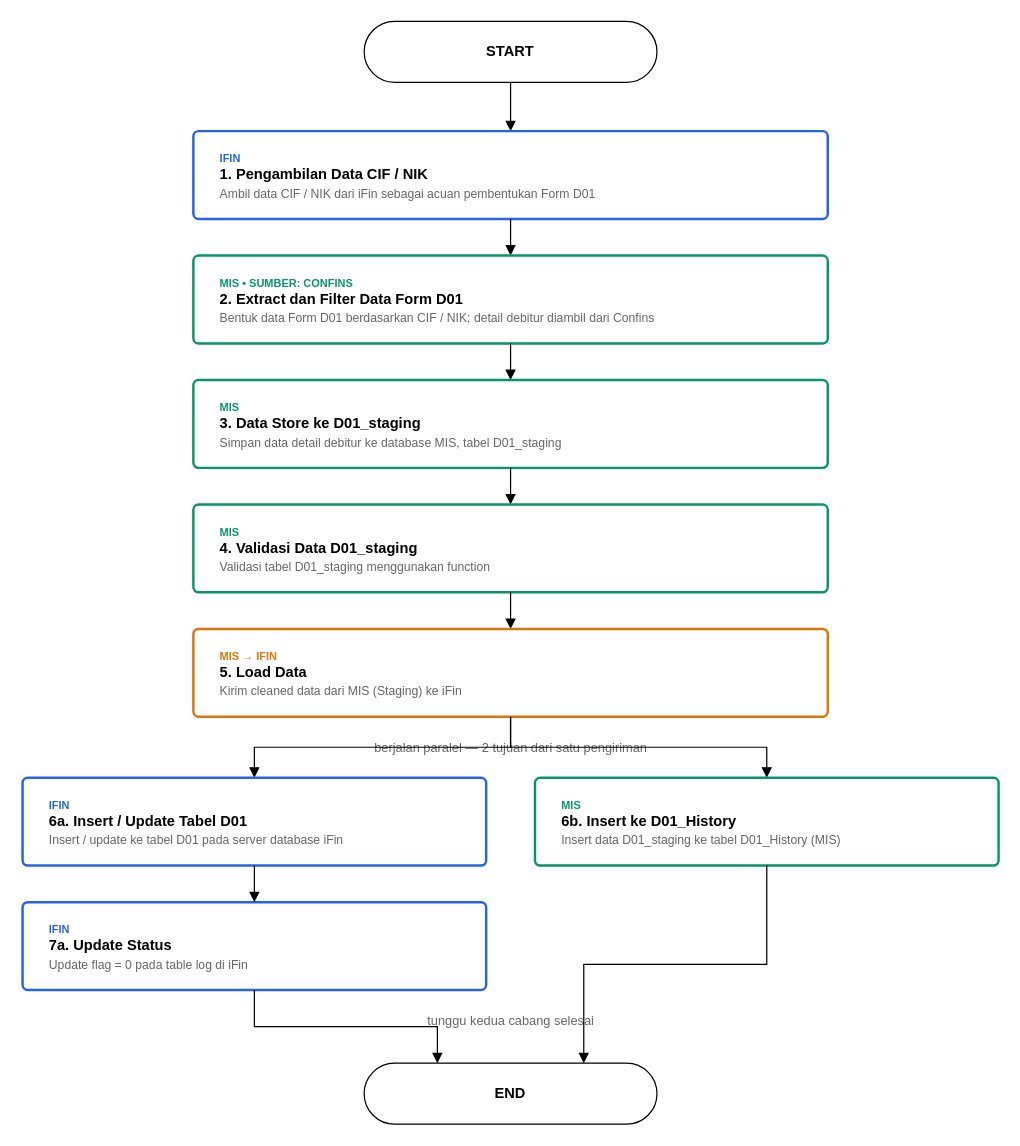
The draw.io diagram diagrams/slik-d01-business-flow.drawio in mcellina/flow_process_1, before the edit. Source tidied: cells renumbered, new cells numbered last; positions are measured from the earlier drawing's top-left corner, leaving out a move shared by most shapes. Both pictures are drawn from the tidied source at 122%, with x=0, y=0 at pixel (22, 21).
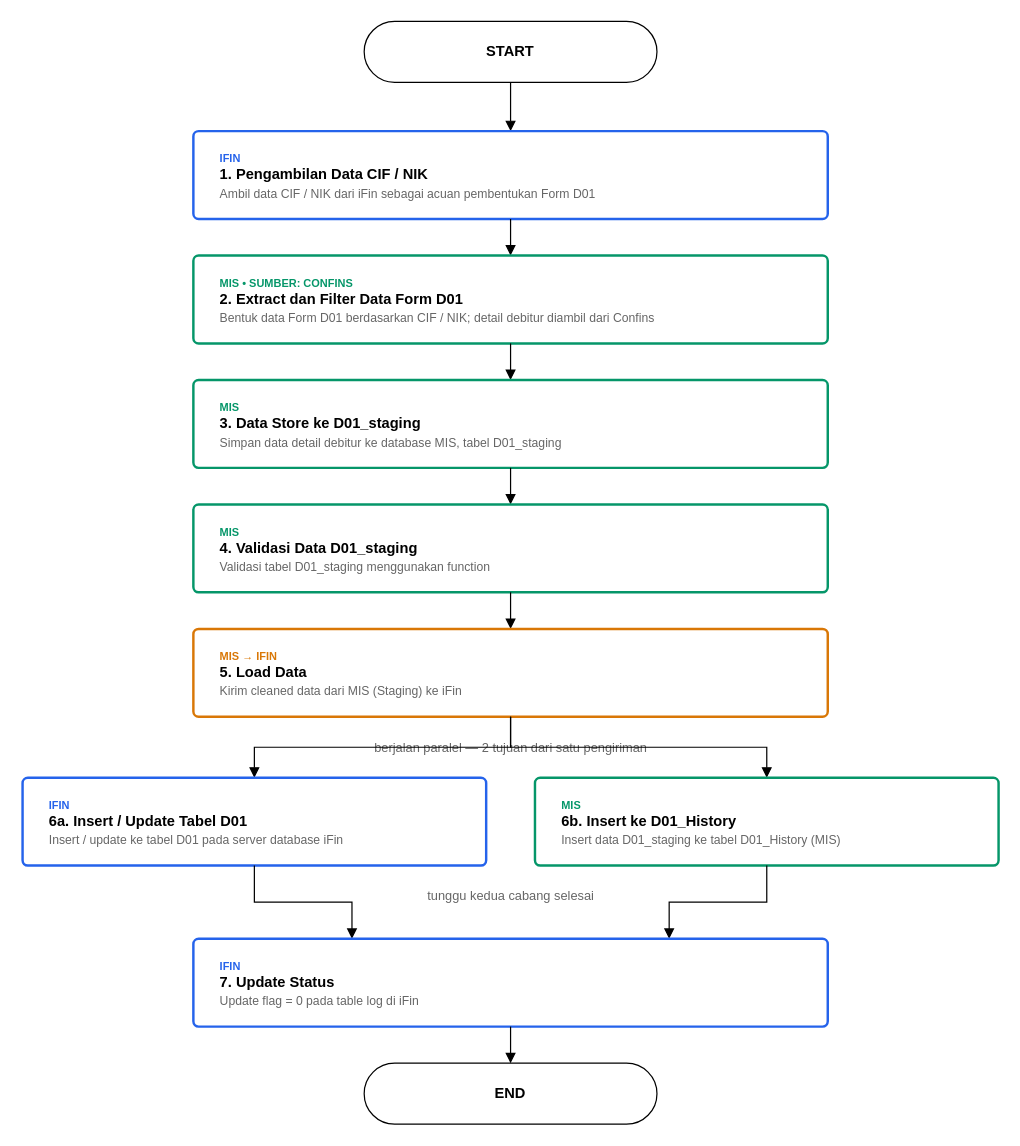
Above is the later version.

Commit message (it also covers changes not shown here):
Move Update Status out of the parallel fork, run only after both branches finish

Update Status was incorrectly placed inside the iFin branch (7a), running
in parallel with the MIS history insert. Per feedback, it should wait for
both the D01 insert/update AND the history insert to complete first.
Fork now has only 6a (Insert/Update Tabel D01) and 6b (Insert ke
D01_History), converging into a single step 7 (Update Status) before END.

Unchanged cells that the change refers to:
```xml
<mxCell id="16" value="&lt;font style='font-size:9px;color:#2563EB'&gt;&lt;b&gt;IFIN&lt;/b&gt;&lt;/font&gt;&lt;br&gt;&lt;b&gt;6a. Insert / Update Tabel D01&lt;/b&gt;&lt;br&gt;&lt;font style='font-size:10px;color:#666666'&gt;Insert / update ke tabel D01 pada server database iFin&lt;/font&gt;" style="rounded=1;arcSize=6;whiteSpace=wrap;html=1;align=left;verticalAlign=middle;spacing=8;spacingLeft=14;strokeColor=#2563EB;strokeWidth=2;" parent="1" vertex="1">
  <mxGeometry y="620" width="380" height="72" as="geometry" />
</mxCell>
<mxCell id="19" value="&lt;font style='font-size:9px;color:#059669'&gt;&lt;b&gt;MIS&lt;/b&gt;&lt;/font&gt;&lt;br&gt;&lt;b&gt;6b. Insert ke D01_History&lt;/b&gt;&lt;br&gt;&lt;font style='font-size:10px;color:#666666'&gt;Insert data D01_staging ke tabel D01_History (MIS)&lt;/font&gt;" style="rounded=1;arcSize=6;whiteSpace=wrap;html=1;align=left;verticalAlign=middle;spacing=8;spacingLeft=14;strokeColor=#059669;strokeWidth=2;" parent="1" vertex="1">
  <mxGeometry x="420" y="620" width="380" height="72" as="geometry" />
</mxCell>
<mxCell id="21" value="END" style="rounded=1;arcSize=50;whiteSpace=wrap;html=1;fontStyle=1;" parent="1" vertex="1">
  <mxGeometry x="280" y="854" width="240" height="50" as="geometry" />
</mxCell>
```

Diff of the diagram source:
```diff
@@
-    <mxCell id="17" value="&lt;font style='font-size:9px;color:#2563EB'&gt;&lt;b&gt;IFIN&lt;/b&gt;&lt;/font&gt;&lt;br&gt;&lt;b&gt;7a. Update Status&lt;/b&gt;&lt;br&gt;&lt;font style='font-size:10px;color:#666666'&gt;Update flag = 0 pada table log di iFin&lt;/font&gt;" style="rounded=1;arcSize=6;whiteSpace=wrap;html=1;align=left;verticalAlign=middle;spacing=8;spacingLeft=14;strokeColor=#2563EB;strokeWidth=2;" parent="1" vertex="1">
-      <mxGeometry y="722" width="380" height="72" as="geometry" />
-    </mxCell>
-    <mxCell id="18" style="edgeStyle=orthogonalEdgeStyle;html=1;endArrow=block;rounded=0;" parent="1" edge="1" source="16" target="17">
-      <mxGeometry relative="1" as="geometry" />
-    </mxCell>
@@
     <mxCell id="20" value="tunggu kedua cabang selesai" style="text;html=1;align=center;fontSize=10.5;fontColor=#666666;" parent="1" vertex="1">
-      <mxGeometry x="290" y="806" width="220" height="20" as="geometry" />
+      <mxGeometry x="290" y="704" width="220" height="20" as="geometry" />
     </mxCell>
+    <mxCell id="24" style="edgeStyle=orthogonalEdgeStyle;html=1;endArrow=block;rounded=0;exitX=0.5;exitY=1;entryX=0.25;entryY=0;" parent="1" edge="1" source="16" target="26">
+      <mxGeometry relative="1" as="geometry" />
+    </mxCell>
+    <mxCell id="25" style="edgeStyle=orthogonalEdgeStyle;html=1;endArrow=block;rounded=0;exitX=0.5;exitY=1;entryX=0.75;entryY=0;" parent="1" edge="1" source="19" target="26">
+      <mxGeometry relative="1" as="geometry" />
+    </mxCell>
+    <mxCell id="26" value="&lt;font style='font-size:9px;color:#2563EB'&gt;&lt;b&gt;IFIN&lt;/b&gt;&lt;/font&gt;&lt;br&gt;&lt;b&gt;7. Update Status&lt;/b&gt;&lt;br&gt;&lt;font style='font-size:10px;color:#666666'&gt;Update flag = 0 pada table log di iFin&lt;/font&gt;" style="rounded=1;arcSize=6;whiteSpace=wrap;html=1;align=left;verticalAlign=middle;spacing=8;spacingLeft=14;strokeColor=#2563EB;strokeWidth=2;" parent="1" vertex="1">
+      <mxGeometry x="140" y="752" width="520" height="72" as="geometry" />
+    </mxCell>
@@
-    <mxCell id="22" style="edgeStyle=orthogonalEdgeStyle;html=1;endArrow=block;rounded=0;exitX=0.5;exitY=1;entryX=0.25;entryY=0;" parent="1" edge="1" source="17" target="21">
-      <mxGeometry relative="1" as="geometry" />
-    </mxCell>
-    <mxCell id="23" style="edgeStyle=orthogonalEdgeStyle;html=1;endArrow=block;rounded=0;exitX=0.5;exitY=1;entryX=0.75;entryY=0;" parent="1" edge="1" source="19" target="21">
-      <mxGeometry relative="1" as="geometry" />
-    </mxCell>
+    <mxCell id="27" style="edgeStyle=orthogonalEdgeStyle;html=1;endArrow=block;rounded=0;" parent="1" edge="1" source="26" target="21">
+      <mxGeometry relative="1" as="geometry" />
+    </mxCell>
```
